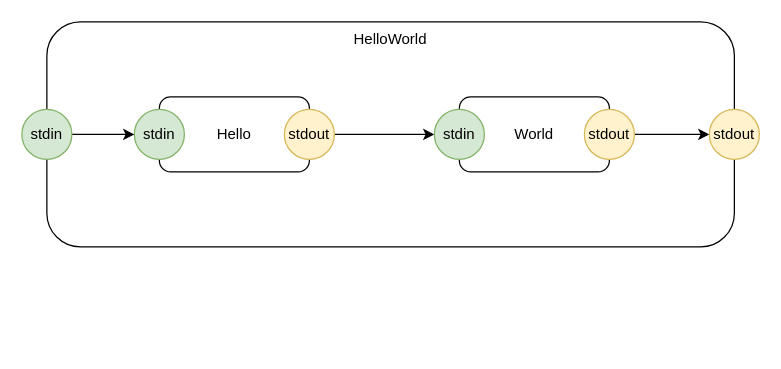
The draw.io diagram test5.drawio in guitarvydas/eh, before the edit. Source tidied: cells renumbered, new cells numbered last; positions are measured from the earlier drawing's top-left corner, leaving out a move shared by most shapes. Both pictures are drawn from the tidied source at 125%, with x=0, y=0 at pixel (21, 21).
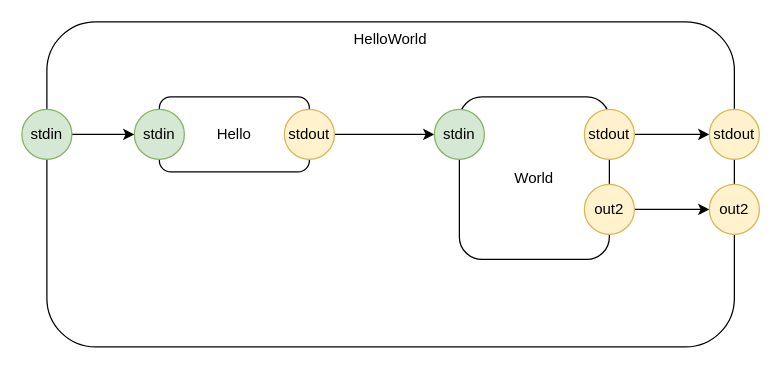
The same diagram, later.

The edit, as a diff of the source:
```diff
@@
 <mxGraphModel>
   <root>
     <mxCell id="0" />
     <mxCell id="1" parent="0" />
     <mxCell id="2" value="HelloWorld" style="rounded=1;whiteSpace=wrap;html=1;verticalAlign=top;" parent="1" vertex="1">
-      <mxGeometry x="20" width="550" height="180" as="geometry" />
+      <mxGeometry x="20" width="550" height="260" as="geometry" />
     </mxCell>
     <mxCell id="3" value="Hello" style="rounded=1;whiteSpace=wrap;html=1;" parent="1" vertex="1">
       <mxGeometry x="110" y="60" width="120" height="60" as="geometry" />
     </mxCell>
     <mxCell id="4" value="World" style="rounded=1;whiteSpace=wrap;html=1;" parent="1" vertex="1">
-      <mxGeometry x="350" y="60" width="120" height="60" as="geometry" />
+      <mxGeometry x="350" y="60" width="120" height="130" as="geometry" />
     </mxCell>
     <mxCell id="5" style="edgeStyle=orthogonalEdgeStyle;rounded=0;jettySize=auto;html=1;exitX=1;exitY=0.5;exitDx=0;exitDy=0;entryX=0;entryY=0.5;entryDx=0;entryDy=0;" parent="1" edge="1" source="6" target="7">
       <mxGeometry relative="1" as="geometry" />
     </mxCell>
     <mxCell id="6" value="stdout" style="ellipse;whiteSpace=wrap;html=1;fillColor=#fff2cc;strokeColor=#d6b656;" parent="1" vertex="1">
       <mxGeometry x="210" y="70" width="40" height="40" as="geometry" />
     </mxCell>
     <mxCell id="7" value="stdin" style="ellipse;whiteSpace=wrap;html=1;fillColor=#d5e8d4;strokeColor=#82b366;" parent="1" vertex="1">
       <mxGeometry x="330" y="70" width="40" height="40" as="geometry" />
     </mxCell>
     <mxCell id="8" value="stdin" style="ellipse;whiteSpace=wrap;html=1;fillColor=#d5e8d4;strokeColor=#82b366;" parent="1" vertex="1">
       <mxGeometry x="90" y="70" width="40" height="40" as="geometry" />
     </mxCell>
     <mxCell id="9" style="edgeStyle=orthogonalEdgeStyle;rounded=0;jettySize=auto;html=1;exitX=1;exitY=0.5;exitDx=0;exitDy=0;" parent="1" edge="1" source="10" target="11">
       <mxGeometry relative="1" as="geometry" />
     </mxCell>
     <mxCell id="10" value="stdout" style="ellipse;whiteSpace=wrap;html=1;fillColor=#fff2cc;strokeColor=#d6b656;" parent="1" vertex="1">
       <mxGeometry x="450" y="70" width="40" height="40" as="geometry" />
     </mxCell>
     <mxCell id="11" value="stdout" style="ellipse;whiteSpace=wrap;html=1;fillColor=#fff2cc;strokeColor=#d6b656;" parent="1" vertex="1">
       <mxGeometry x="550" y="70" width="40" height="40" as="geometry" />
     </mxCell>
     <mxCell id="12" style="edgeStyle=orthogonalEdgeStyle;rounded=0;jettySize=auto;html=1;exitX=1;exitY=0.5;exitDx=0;exitDy=0;entryX=0;entryY=0.5;entryDx=0;entryDy=0;" parent="1" edge="1" source="13" target="8">
       <mxGeometry relative="1" as="geometry" />
     </mxCell>
     <mxCell id="13" value="stdin" style="ellipse;whiteSpace=wrap;html=1;fillColor=#d5e8d4;strokeColor=#82b366;" parent="1" vertex="1">
       <mxGeometry y="70" width="40" height="40" as="geometry" />
     </mxCell>
+    <mxCell id="14" style="edgeStyle=orthogonalEdgeStyle;rounded=0;jettySize=auto;html=1;exitX=1;exitY=0.5;exitDx=0;exitDy=0;" parent="1" edge="1" source="15" target="16">
+      <mxGeometry relative="1" as="geometry" />
+    </mxCell>
+    <mxCell id="15" value="out2" style="ellipse;whiteSpace=wrap;html=1;fillColor=#fff2cc;strokeColor=#d6b656;" parent="1" vertex="1">
+      <mxGeometry x="450" y="130" width="40" height="40" as="geometry" />
+    </mxCell>
+    <mxCell id="16" value="out2" style="ellipse;whiteSpace=wrap;html=1;fillColor=#fff2cc;strokeColor=#d6b656;" parent="1" vertex="1">
+      <mxGeometry x="550" y="130" width="40" height="40" as="geometry" />
+    </mxCell>
   </root>
 </mxGraphModel>
```
